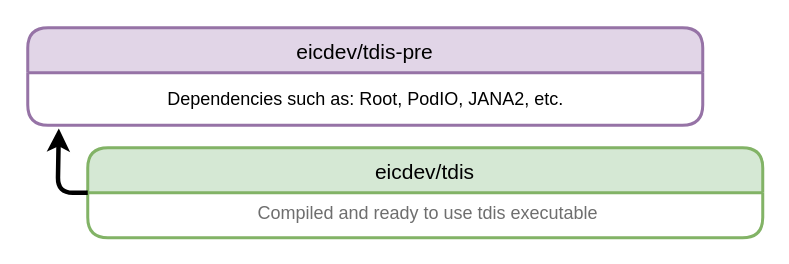
This is docs/_media/image-hierarhy.drawio from JeffersonLab/tdis, a draw.io file, before an edit. Source tidied: cells renumbered, new cells numbered last; positions are measured from the earlier drawing's top-left corner, leaving out a move shared by most shapes. Both pictures are drawn from the tidied source at 150%, with x=0, y=0 at pixel (27, 27).
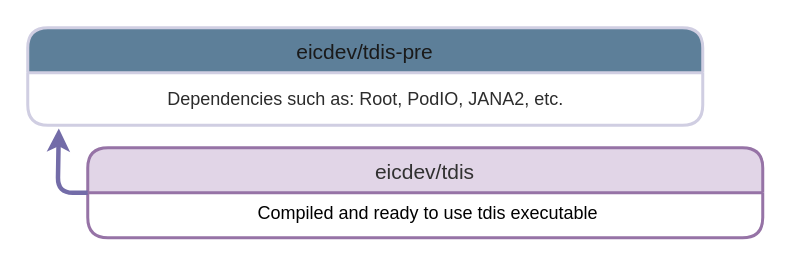
After the change.

The edit, as a diff of the source:
```diff
@@
 <mxGraphModel>
   <root>
     <mxCell id="0" />
     <mxCell id="1" parent="0" />
-    <mxCell id="2" value="eicdev/tdis-pre" style="swimlane;horizontal=1;startSize=30;fillColor=#e1d5e7;rounded=1;fontSize=14;fontStyle=0;strokeWidth=2;shadow=0;dashed=0;align=center;strokeColor=#9673a6;" parent="1" vertex="1">
+    <mxCell id="2" value="eicdev/tdis-pre" style="swimlane;horizontal=1;startSize=30;fillColor=#5D7F99;rounded=1;fontSize=14;fontStyle=0;strokeWidth=2;shadow=0;dashed=0;align=center;strokeColor=#D0CEE2;fontColor=#1A1A1A;labelBackgroundColor=none;" parent="1" vertex="1">
       <mxGeometry width="450" height="65" as="geometry" />
     </mxCell>
-    <mxCell id="3" value="Dependencies such as: Root, PodIO, JANA2, etc." style="text;html=1;align=center;verticalAlign=middle;points=[];" parent="2" vertex="1">
+    <mxCell id="3" value="&lt;span&gt;Dependencies such as: Root, PodIO, JANA2, etc.&lt;/span&gt;" style="text;html=1;align=center;verticalAlign=middle;points=[];labelBackgroundColor=none;fontColor=light-dark(#2C2C2C,#BDBDBD);glass=0;rounded=0;" parent="2" vertex="1">
       <mxGeometry y="30" width="450" height="35" as="geometry" />
     </mxCell>
-    <mxCell id="4" value="eicdev/tdis" style="swimlane;horizontal=1;startSize=30;fillColor=#d5e8d4;rounded=1;fontSize=14;fontStyle=0;strokeWidth=2;shadow=0;dashed=0;align=center;strokeColor=#82b366;" parent="1" vertex="1">
+    <mxCell id="4" value="eicdev/tdis" style="swimlane;horizontal=1;startSize=30;fillColor=#e1d5e7;rounded=1;fontSize=14;fontStyle=0;strokeWidth=2;shadow=0;dashed=0;align=center;strokeColor=#9673a6;labelBackgroundColor=none;fontColor=#313131;" parent="1" vertex="1">
       <mxGeometry x="40" y="80" width="450" height="60" as="geometry" />
     </mxCell>
-    <mxCell id="5" value="Compiled and ready to use tdis executable" style="align=center;strokeColor=none;fillColor=none;spacingLeft=4;fontSize=12;verticalAlign=top;fontColor=#6E6E6E;" parent="4" vertex="1">
+    <mxCell id="5" value="Compiled and ready to use tdis executable" style="align=center;strokeColor=none;fillColor=none;spacingLeft=4;fontSize=12;verticalAlign=top;fontColor=default;labelBackgroundColor=none;" parent="4" vertex="1">
       <mxGeometry y="30" width="450" height="30" as="geometry" />
     </mxCell>
-    <mxCell id="6" style="endArrow=classic;html=1;strokeWidth=3;exitX=0;exitY=0.5;exitDx=0;exitDy=0;entryX=0.046;entryY=1.061;entryDx=0;entryDy=0;entryPerimeter=0;" parent="1" edge="1" target="3">
+    <mxCell id="6" style="endArrow=classic;html=1;strokeWidth=3;exitX=0;exitY=0.5;exitDx=0;exitDy=0;entryX=0.046;entryY=1.061;entryDx=0;entryDy=0;entryPerimeter=0;labelBackgroundColor=none;strokeColor=#736CA8;fontColor=default;" parent="1" edge="1" target="3">
       <mxGeometry relative="1" as="geometry">
         <mxPoint x="40" y="110" as="sourcePoint" />
         <Array as="points">
           <mxPoint x="20" y="110" />
         </Array>
       </mxGeometry>
     </mxCell>
   </root>
 </mxGraphModel>
```
